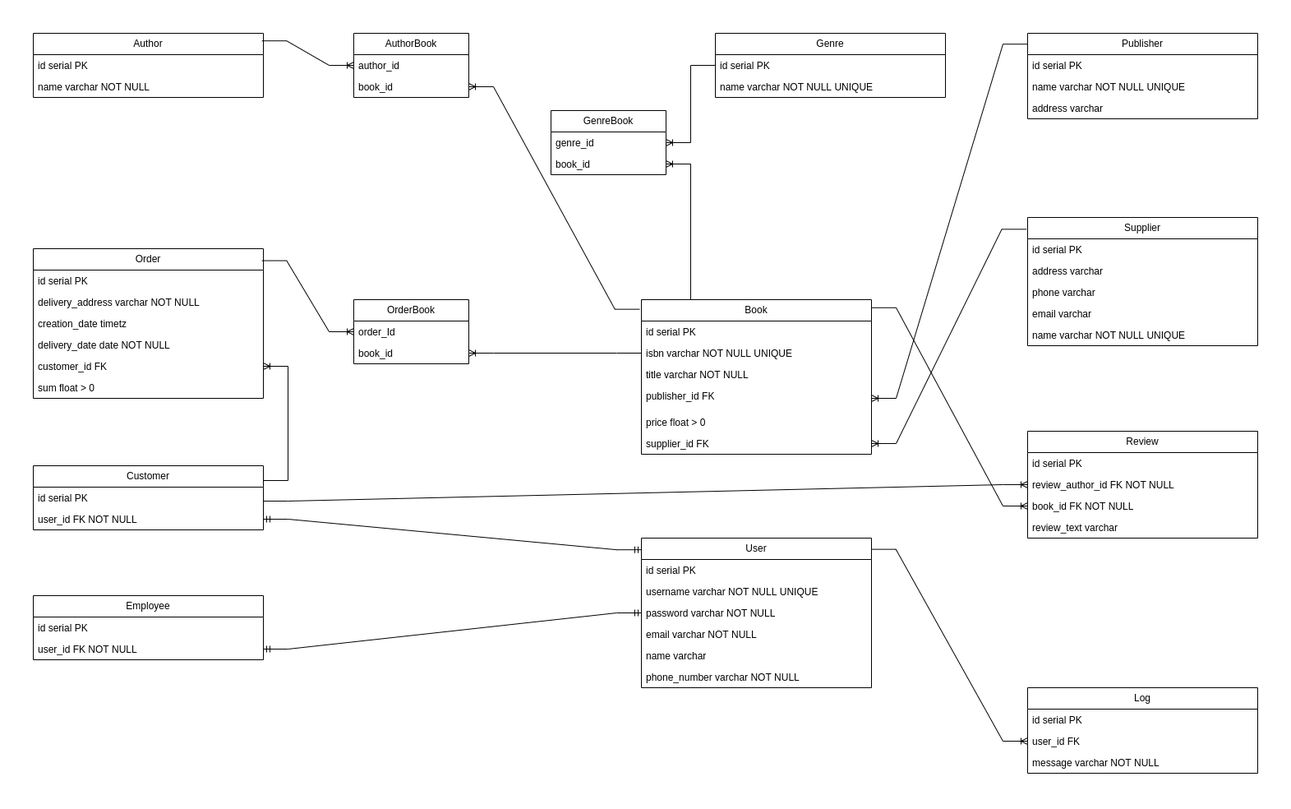
This is diagram.png from velnck/db-5, a draw.io export, as it was before one commit. Source tidied: cells renumbered, new cells last; positions are measured from the earlier drawing's top-left corner, leaving out a move shared by most shapes.
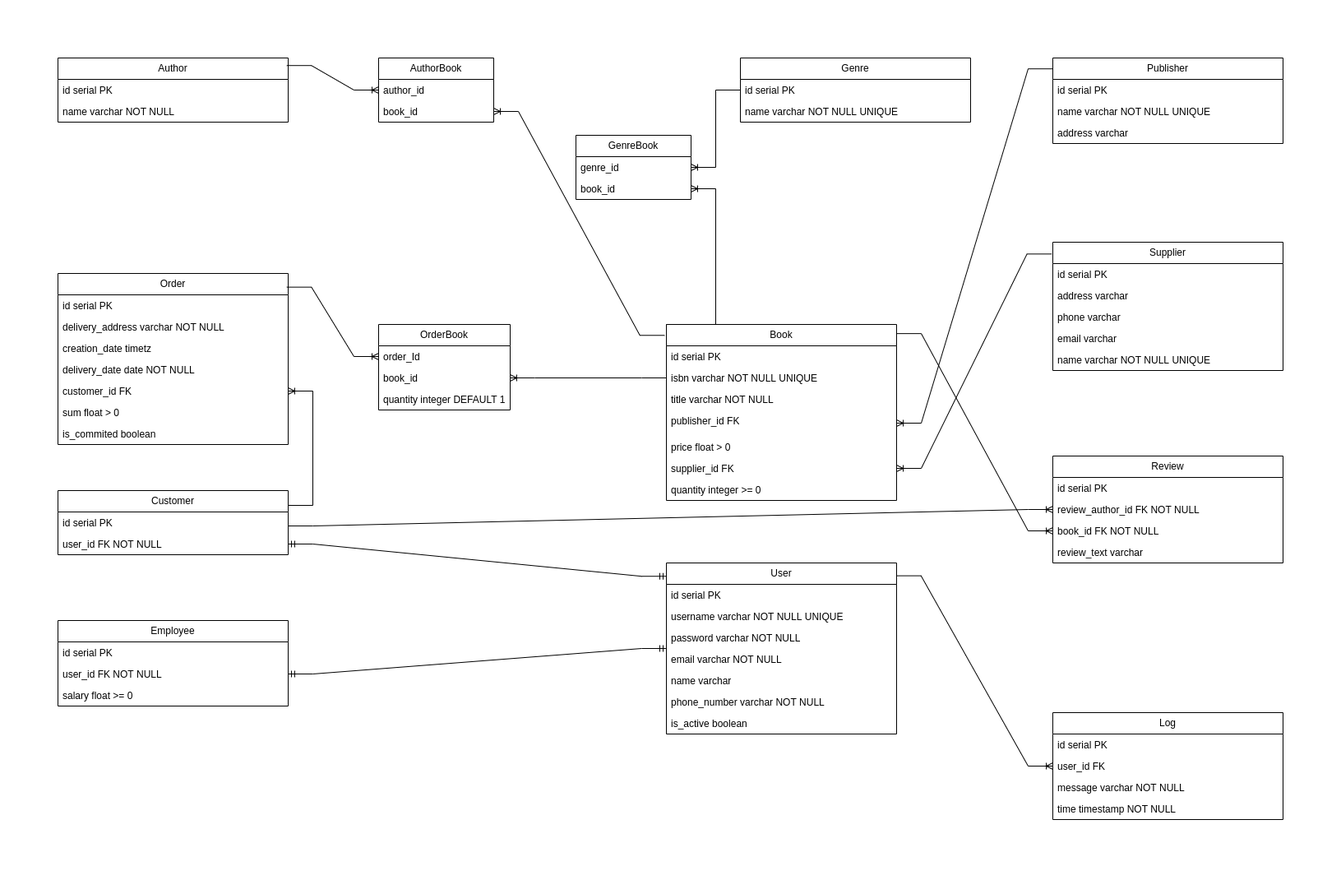
Later version of the same file.

Diff of the diagram source:
```diff
@@ -12,7 +12,7 @@
       <mxGeometry y="52" width="280" height="26" as="geometry" />
     </mxCell>
     <mxCell id="5" value="Book" style="swimlane;fontStyle=0;horizontal=1;startSize=26;fillColor=none;whiteSpace=wrap;html=1;" parent="1" vertex="1">
-      <mxGeometry x="740" y="370" width="280" height="188" as="geometry" />
+      <mxGeometry x="740" y="370" width="280" height="214" as="geometry" />
     </mxCell>
     <mxCell id="6" value="id serial PK" style="text;strokeColor=none;fillColor=none;align=left;verticalAlign=top;spacingLeft=4;spacingRight=4;overflow=hidden;whiteSpace=wrap;html=1;" parent="5" vertex="1">
       <mxGeometry y="26" width="280" height="26" as="geometry" />
@@ -32,6 +32,9 @@
     <mxCell id="11" value="supplier_id FK" style="text;strokeColor=none;fillColor=none;align=left;verticalAlign=top;spacingLeft=4;spacingRight=4;overflow=hidden;points=[[0,0.5],[1,0.5]];portConstraint=eastwest;whiteSpace=wrap;html=1;" parent="5" vertex="1">
       <mxGeometry y="162" width="280" height="26" as="geometry" />
     </mxCell>
+    <mxCell id="77" value="quantity integer &amp;gt;= 0" style="text;strokeColor=none;fillColor=none;align=left;verticalAlign=top;spacingLeft=4;spacingRight=4;overflow=hidden;whiteSpace=wrap;html=1;" parent="5" vertex="1">
+      <mxGeometry y="188" width="280" height="26" as="geometry" />
+    </mxCell>
     <mxCell id="12" value="Customer" style="swimlane;fontStyle=0;horizontal=1;startSize=26;fillColor=none;whiteSpace=wrap;html=1;" parent="1" vertex="1">
       <mxGeometry y="572" width="280" height="78" as="geometry" />
     </mxCell>
@@ -42,7 +45,7 @@
       <mxGeometry y="52" width="280" height="26" as="geometry" />
     </mxCell>
     <mxCell id="15" value="Order" style="swimlane;fontStyle=0;horizontal=1;startSize=26;fillColor=none;whiteSpace=wrap;html=1;" parent="1" vertex="1">
-      <mxGeometry y="308" width="280" height="182" as="geometry" />
+      <mxGeometry y="308" width="280" height="208" as="geometry" />
     </mxCell>
     <mxCell id="16" value="id serial PK" style="text;strokeColor=none;fillColor=none;align=left;verticalAlign=top;spacingLeft=4;spacingRight=4;overflow=hidden;whiteSpace=wrap;html=1;" parent="15" vertex="1">
       <mxGeometry y="26" width="280" height="26" as="geometry" />
@@ -62,6 +65,9 @@
     <mxCell id="21" value="sum float &amp;gt; 0" style="text;strokeColor=none;fillColor=none;align=left;verticalAlign=top;spacingLeft=4;spacingRight=4;overflow=hidden;whiteSpace=wrap;html=1;" parent="15" vertex="1">
       <mxGeometry y="156" width="280" height="26" as="geometry" />
     </mxCell>
+    <mxCell id="78" value="is_commited boolean" style="text;strokeColor=none;fillColor=none;align=left;verticalAlign=top;spacingLeft=4;spacingRight=4;overflow=hidden;whiteSpace=wrap;html=1;" parent="15" vertex="1">
+      <mxGeometry y="182" width="280" height="26" as="geometry" />
+    </mxCell>
     <mxCell id="22" value="Genre" style="swimlane;fontStyle=0;horizontal=1;startSize=26;fillColor=none;whiteSpace=wrap;html=1;" parent="1" vertex="1">
       <mxGeometry x="830" y="46" width="280" height="78" as="geometry" />
     </mxCell>
@@ -102,7 +108,7 @@
       <mxGeometry y="130" width="280" height="26" as="geometry" />
     </mxCell>
     <mxCell id="35" value="Employee" style="swimlane;fontStyle=0;horizontal=1;startSize=26;fillColor=none;whiteSpace=wrap;html=1;" parent="1" vertex="1">
-      <mxGeometry y="730" width="280" height="78" as="geometry" />
+      <mxGeometry y="730" width="280" height="104" as="geometry" />
     </mxCell>
     <mxCell id="36" value="id serial PK" style="text;strokeColor=none;fillColor=none;align=left;verticalAlign=top;spacingLeft=4;spacingRight=4;overflow=hidden;whiteSpace=wrap;html=1;" parent="35" vertex="1">
       <mxGeometry y="26" width="280" height="26" as="geometry" />
@@ -110,6 +116,9 @@
     <mxCell id="37" value="user_id FK NOT NULL" style="text;strokeColor=none;fillColor=none;align=left;verticalAlign=top;spacingLeft=4;spacingRight=4;overflow=hidden;points=[[0,0.5],[1,0.5]];portConstraint=eastwest;whiteSpace=wrap;html=1;" parent="35" vertex="1">
       <mxGeometry y="52" width="280" height="26" as="geometry" />
     </mxCell>
+    <mxCell id="79" value="salary float &amp;gt;= 0" style="text;strokeColor=none;fillColor=none;align=left;verticalAlign=top;spacingLeft=4;spacingRight=4;overflow=hidden;whiteSpace=wrap;html=1;" parent="35" vertex="1">
+      <mxGeometry y="78" width="280" height="26" as="geometry" />
+    </mxCell>
     <mxCell id="38" value="Review" style="swimlane;fontStyle=0;horizontal=1;startSize=26;fillColor=none;whiteSpace=wrap;html=1;" parent="1" vertex="1">
       <mxGeometry x="1210" y="530" width="280" height="130" as="geometry" />
     </mxCell>
@@ -126,7 +135,7 @@
       <mxGeometry y="104" width="280" height="26" as="geometry" />
     </mxCell>
     <mxCell id="43" value="User" style="swimlane;fontStyle=0;horizontal=1;startSize=26;fillColor=none;whiteSpace=wrap;html=1;" parent="1" vertex="1">
-      <mxGeometry x="740" y="660" width="280" height="182" as="geometry" />
+      <mxGeometry x="740" y="660" width="280" height="208" as="geometry" />
     </mxCell>
     <mxCell id="44" value="id serial PK" style="text;strokeColor=none;fillColor=none;align=left;verticalAlign=top;spacingLeft=4;spacingRight=4;overflow=hidden;whiteSpace=wrap;html=1;" parent="43" vertex="1">
       <mxGeometry y="26" width="280" height="26" as="geometry" />
@@ -146,8 +155,11 @@
     <mxCell id="49" value="phone_number varchar NOT NULL" style="text;strokeColor=none;fillColor=none;align=left;verticalAlign=top;spacingLeft=4;spacingRight=4;overflow=hidden;whiteSpace=wrap;html=1;" parent="43" vertex="1">
       <mxGeometry y="156" width="280" height="26" as="geometry" />
     </mxCell>
+    <mxCell id="80" value="is_active boolean" style="text;strokeColor=none;fillColor=none;align=left;verticalAlign=top;spacingLeft=4;spacingRight=4;overflow=hidden;whiteSpace=wrap;html=1;" parent="43" vertex="1">
+      <mxGeometry y="182" width="280" height="26" as="geometry" />
+    </mxCell>
     <mxCell id="50" value="Log" style="swimlane;fontStyle=0;horizontal=1;startSize=26;fillColor=none;whiteSpace=wrap;html=1;" parent="1" vertex="1">
-      <mxGeometry x="1210" y="842" width="280" height="104" as="geometry" />
+      <mxGeometry x="1210" y="842" width="280" height="130" as="geometry" />
     </mxCell>
     <mxCell id="51" value="id serial PK" style="text;strokeColor=none;fillColor=none;align=left;verticalAlign=top;spacingLeft=4;spacingRight=4;overflow=hidden;whiteSpace=wrap;html=1;" parent="50" vertex="1">
       <mxGeometry y="26" width="280" height="26" as="geometry" />
@@ -158,6 +170,9 @@
     <mxCell id="53" value="message varchar NOT NULL" style="text;strokeColor=none;fillColor=none;align=left;verticalAlign=top;spacingLeft=4;spacingRight=4;overflow=hidden;whiteSpace=wrap;html=1;" parent="50" vertex="1">
       <mxGeometry y="78" width="280" height="26" as="geometry" />
     </mxCell>
+    <mxCell id="81" value="time timestamp NOT NULL" style="text;strokeColor=none;fillColor=none;align=left;verticalAlign=top;spacingLeft=4;spacingRight=4;overflow=hidden;whiteSpace=wrap;html=1;" parent="50" vertex="1">
+      <mxGeometry y="104" width="280" height="26" as="geometry" />
+    </mxCell>
     <mxCell id="54" style="edgeStyle=entityRelationEdgeStyle;fontSize=12;html=1;endArrow=ERmandOne;startArrow=ERmandOne;rounded=0;" parent="1" edge="1" source="37" target="43">
       <mxGeometry relative="1" as="geometry">
         <Array as="points">
@@ -236,14 +251,17 @@
       <mxGeometry relative="1" as="geometry" />
     </mxCell>
     <mxCell id="71" value="OrderBook" style="swimlane;fontStyle=0;horizontal=1;startSize=26;fillColor=none;whiteSpace=wrap;html=1;" parent="1" vertex="1">
-      <mxGeometry x="390" y="370" width="140" height="78" as="geometry" />
+      <mxGeometry x="390" y="370" width="160" height="104" as="geometry" />
     </mxCell>
     <mxCell id="72" value="order_Id" style="text;strokeColor=none;fillColor=none;align=left;verticalAlign=top;spacingLeft=4;spacingRight=4;overflow=hidden;points=[[0,0.5],[1,0.5]];portConstraint=eastwest;whiteSpace=wrap;html=1;" parent="71" vertex="1">
-      <mxGeometry y="26" width="140" height="26" as="geometry" />
+      <mxGeometry y="26" width="160" height="26" as="geometry" />
     </mxCell>
     <mxCell id="73" value="book_id" style="text;strokeColor=none;fillColor=none;align=left;verticalAlign=top;spacingLeft=4;spacingRight=4;overflow=hidden;points=[[0,0.5],[1,0.5]];portConstraint=eastwest;whiteSpace=wrap;html=1;" parent="71" vertex="1">
-      <mxGeometry y="52" width="140" height="26" as="geometry" />
+      <mxGeometry y="52" width="160" height="26" as="geometry" />
     </mxCell>
+    <mxCell id="82" value="quantity integer DEFAULT 1" style="text;strokeColor=none;fillColor=none;align=left;verticalAlign=top;spacingLeft=4;spacingRight=4;overflow=hidden;whiteSpace=wrap;html=1;" parent="71" vertex="1">
+      <mxGeometry y="78" width="160" height="26" as="geometry" />
+    </mxCell>
     <mxCell id="74" value="GenreBook" style="swimlane;fontStyle=0;horizontal=1;startSize=26;fillColor=none;whiteSpace=wrap;html=1;" parent="1" vertex="1">
       <mxGeometry x="630" y="140" width="140" height="78" as="geometry" />
     </mxCell>
```
